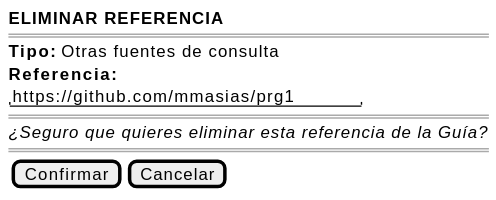
Before: images/RUP/01-requisitos/03-detalle-casos-uso/eliminarReferenciaBibliografica/wireframe.svg, a diagram exported from PlantUML (mmasias/pyCeldaPublico).
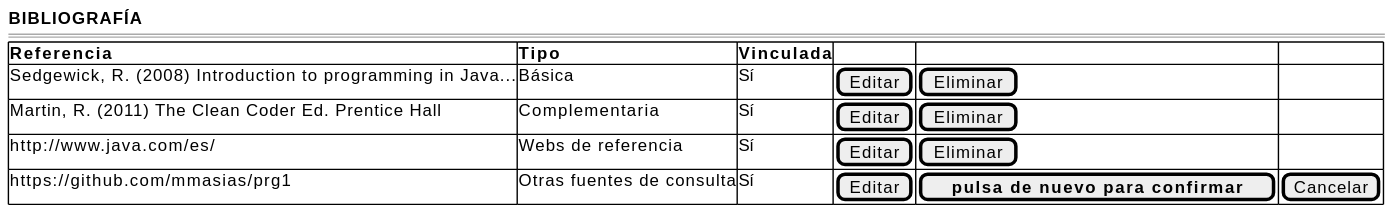
Above is the later version.

What changed in the source:
```diff
@@ -1,13 +1,13 @@
 @startsalt eliminarReferenciaBibliografica-wireframe
 {
-    <b>ELIMINAR REFERENCIA</b>
+    <b>BIBLIOGRAFÍA</b>
     ====
-    <b>Tipo:</b> Otras fuentes de consulta
-    <b>Referencia:</b>
-    "https://github.com/mmasias/prg1"
-    ====
-    <i>¿Seguro que quieres eliminar esta referencia de la Guía?</i>
-    ====
-    {[Confirmar] | [Cancelar]}
+    {#
+        <b>Referencia | <b>Tipo | <b>Vinculada | . | . | .
+        Sedgewick, R. (2008) Introduction to programming in Java... | Básica | Sí | [Editar] | [Eliminar] | .
+        Martin, R. (2011) The Clean Coder Ed. Prentice Hall | Complementaria | Sí | [Editar] | [Eliminar] | .
+        http://www.java.com/es/ | Webs de referencia | Sí | [Editar] | [Eliminar] | .
+        https://github.com/mmasias/prg1 | Otras fuentes de consulta | Sí | [Editar] | [ <b>pulsa de nuevo para confirmar</b> ] | [Cancelar]
+    }
 }
 @endsalt
```
